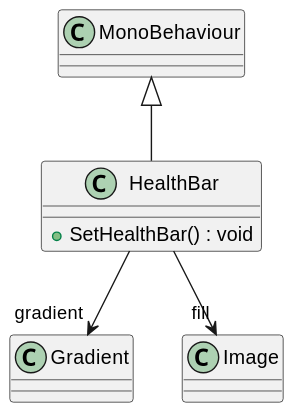
Before: UML/Interfaces/HealthBar.svg, a diagram exported from PlantUML (KawinM23/TakeControl).
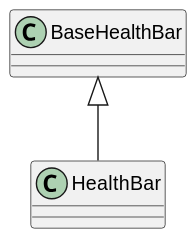
The same diagram one commit later.

What changed in the source:
```diff
@@ -1,8 +1,5 @@
 @startuml
 class HealthBar {
-    + SetHealthBar() : void
 }
-MonoBehaviour <|-- HealthBar
-HealthBar --> "gradient" Gradient
-HealthBar --> "fill" Image
+BaseHealthBar <|-- HealthBar
 @enduml
```
